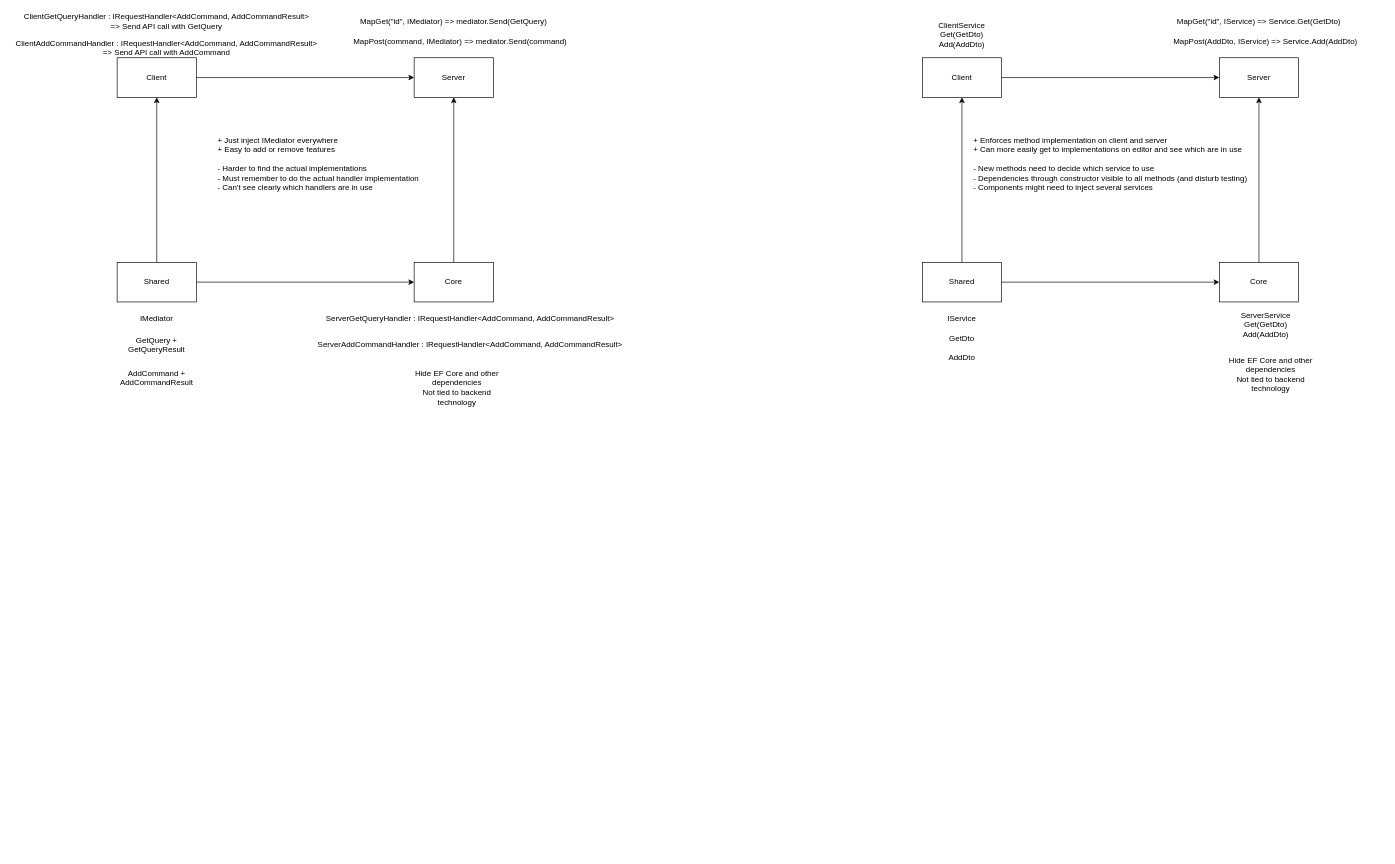
Markz878/DiscussionForum keeps this draw.io diagram as Docs/architecture.drawio. Above is the earlier version. Source tidied: cells renumbered, new cells numbered last; positions are measured from the earlier drawing's top-left corner, leaving out a move shared by most shapes. Both pictures are drawn from the tidied source at 66%, with x=0, y=0 at pixel (11, 11).
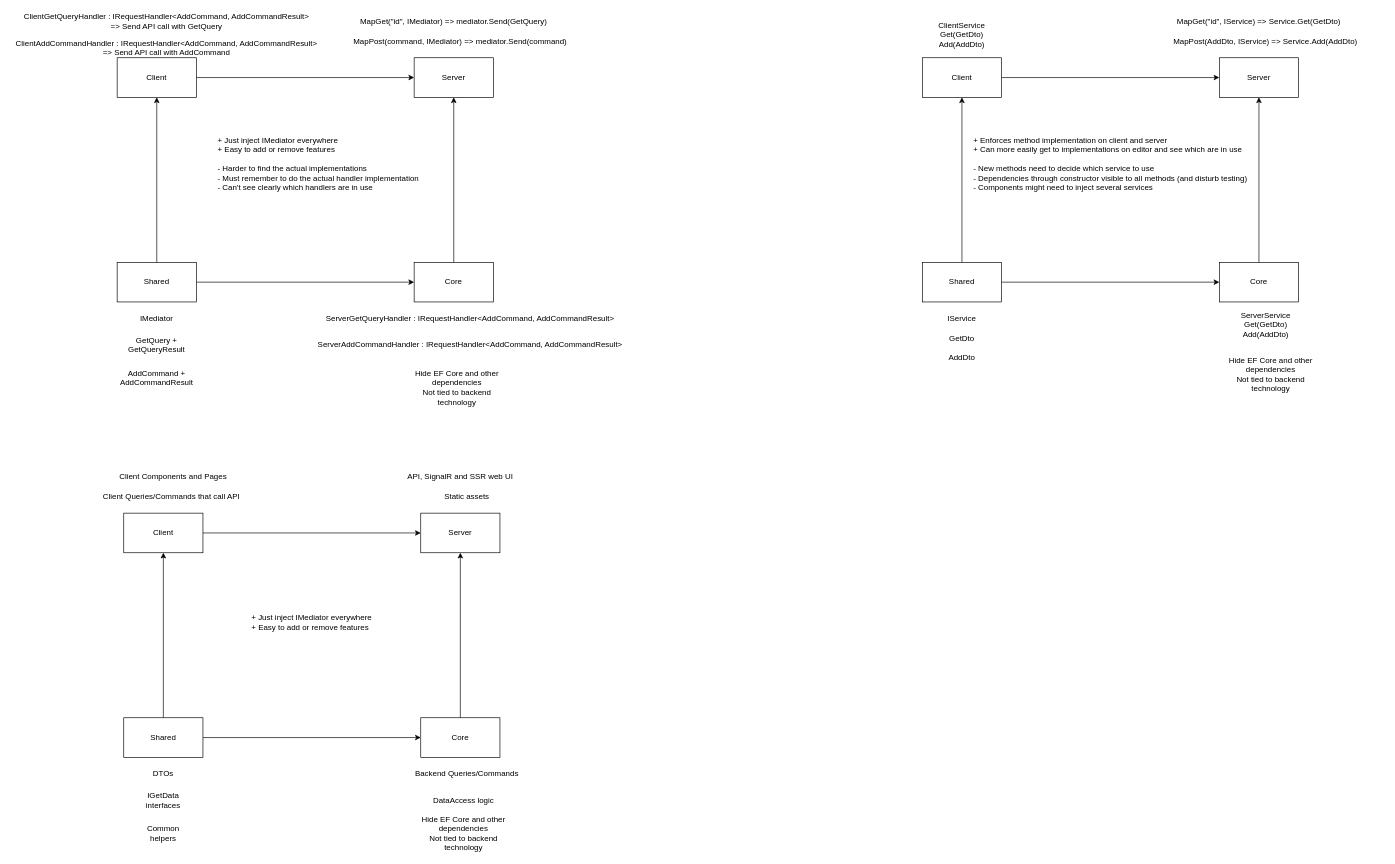
The same page after the edit.

The edit, as a diff of the source:
```diff
@@
+    <mxCell id="38" style="edgeStyle=none;html=1;exitX=1;exitY=0.5;exitDx=0;exitDy=0;entryX=0;entryY=0.5;entryDx=0;entryDy=0;" parent="1" edge="1" source="39" target="40">
+      <mxGeometry relative="1" as="geometry" />
+    </mxCell>
+    <mxCell id="39" value="Client" style="rounded=0;whiteSpace=wrap;html=1;" parent="1" vertex="1">
+      <mxGeometry x="170" y="760" width="120" height="60" as="geometry" />
+    </mxCell>
+    <mxCell id="40" value="Server" style="rounded=0;whiteSpace=wrap;html=1;" parent="1" vertex="1">
+      <mxGeometry x="620" y="760" width="120" height="60" as="geometry" />
+    </mxCell>
+    <mxCell id="41" style="edgeStyle=none;html=1;exitX=1;exitY=0.5;exitDx=0;exitDy=0;entryX=0;entryY=0.5;entryDx=0;entryDy=0;" parent="1" edge="1" source="43" target="45">
+      <mxGeometry relative="1" as="geometry" />
+    </mxCell>
+    <mxCell id="42" style="edgeStyle=none;html=1;exitX=0.5;exitY=0;exitDx=0;exitDy=0;entryX=0.5;entryY=1;entryDx=0;entryDy=0;" parent="1" edge="1" source="43" target="39">
+      <mxGeometry relative="1" as="geometry" />
+    </mxCell>
+    <mxCell id="43" value="Shared" style="rounded=0;whiteSpace=wrap;html=1;" parent="1" vertex="1">
+      <mxGeometry x="170" y="1070" width="120" height="60" as="geometry" />
+    </mxCell>
+    <mxCell id="44" style="edgeStyle=none;html=1;exitX=0.5;exitY=0;exitDx=0;exitDy=0;entryX=0.5;entryY=1;entryDx=0;entryDy=0;" parent="1" edge="1" source="45" target="40">
+      <mxGeometry relative="1" as="geometry" />
+    </mxCell>
+    <mxCell id="45" value="Core" style="rounded=0;whiteSpace=wrap;html=1;" parent="1" vertex="1">
+      <mxGeometry x="620" y="1070" width="120" height="60" as="geometry" />
+    </mxCell>
+    <mxCell id="46" value="DTOs" style="text;html=1;strokeColor=none;fillColor=none;align=center;verticalAlign=middle;whiteSpace=wrap;rounded=0;" parent="1" vertex="1">
+      <mxGeometry x="200" y="1140" width="60" height="30" as="geometry" />
+    </mxCell>
+    <mxCell id="47" value="Backend Queries/Commands" style="text;html=1;strokeColor=none;fillColor=none;align=center;verticalAlign=middle;whiteSpace=wrap;rounded=0;" parent="1" vertex="1">
+      <mxGeometry x="605" y="1140" width="170" height="30" as="geometry" />
+    </mxCell>
+    <mxCell id="48" value="Common helpers" style="text;html=1;strokeColor=none;fillColor=none;align=center;verticalAlign=middle;whiteSpace=wrap;rounded=0;" parent="1" vertex="1">
+      <mxGeometry x="200" y="1230" width="60" height="30" as="geometry" />
+    </mxCell>
+    <mxCell id="49" value="IGetData interfaces" style="text;html=1;strokeColor=none;fillColor=none;align=center;verticalAlign=middle;whiteSpace=wrap;rounded=0;" parent="1" vertex="1">
+      <mxGeometry x="200" y="1180" width="60" height="30" as="geometry" />
+    </mxCell>
+    <mxCell id="50" value="Static assets" style="text;html=1;strokeColor=none;fillColor=none;align=center;verticalAlign=middle;whiteSpace=wrap;rounded=0;" parent="1" vertex="1">
+      <mxGeometry x="510" y="720" width="360" height="30" as="geometry" />
+    </mxCell>
+    <mxCell id="51" value="Client Components and Pages" style="text;html=1;strokeColor=none;fillColor=none;align=center;verticalAlign=middle;whiteSpace=wrap;rounded=0;" parent="1" vertex="1">
+      <mxGeometry x="10" y="690" width="470" height="30" as="geometry" />
+    </mxCell>
+    <mxCell id="52" value="API, SignalR and SSR web UI" style="text;html=1;strokeColor=none;fillColor=none;align=center;verticalAlign=middle;whiteSpace=wrap;rounded=0;" parent="1" vertex="1">
+      <mxGeometry x="530" y="690" width="300" height="30" as="geometry" />
+    </mxCell>
+    <mxCell id="53" value="Client Queries/Commands that call API" style="text;html=1;strokeColor=none;fillColor=none;align=center;verticalAlign=middle;whiteSpace=wrap;rounded=0;" parent="1" vertex="1">
+      <mxGeometry x="135" y="720" width="215" height="30" as="geometry" />
+    </mxCell>
+    <mxCell id="54" value="DataAccess logic" style="text;html=1;strokeColor=none;fillColor=none;align=center;verticalAlign=middle;whiteSpace=wrap;rounded=0;" parent="1" vertex="1">
+      <mxGeometry x="625" y="1180" width="120" height="30" as="geometry" />
+    </mxCell>
+    <mxCell id="55" value="&lt;div style=&quot;text-align: left;&quot;&gt;&lt;span style=&quot;background-color: initial;&quot;&gt;+ Just inject IMediator everywhere&lt;/span&gt;&lt;/div&gt;&lt;div style=&quot;text-align: left;&quot;&gt;&lt;span style=&quot;background-color: initial;&quot;&gt;+ Easy to add or remove features&lt;/span&gt;&lt;/div&gt;" style="text;html=1;strokeColor=none;fillColor=none;align=center;verticalAlign=middle;whiteSpace=wrap;rounded=0;" parent="1" vertex="1">
+      <mxGeometry x="240" y="880" width="430" height="90" as="geometry" />
+    </mxCell>
+    <mxCell id="56" value="Hide EF Core and other dependencies&lt;br&gt;Not tied to backend technology" style="text;html=1;strokeColor=none;fillColor=none;align=center;verticalAlign=middle;whiteSpace=wrap;rounded=0;" parent="1" vertex="1">
+      <mxGeometry x="620" y="1215" width="130" height="60" as="geometry" />
+    </mxCell>
```
